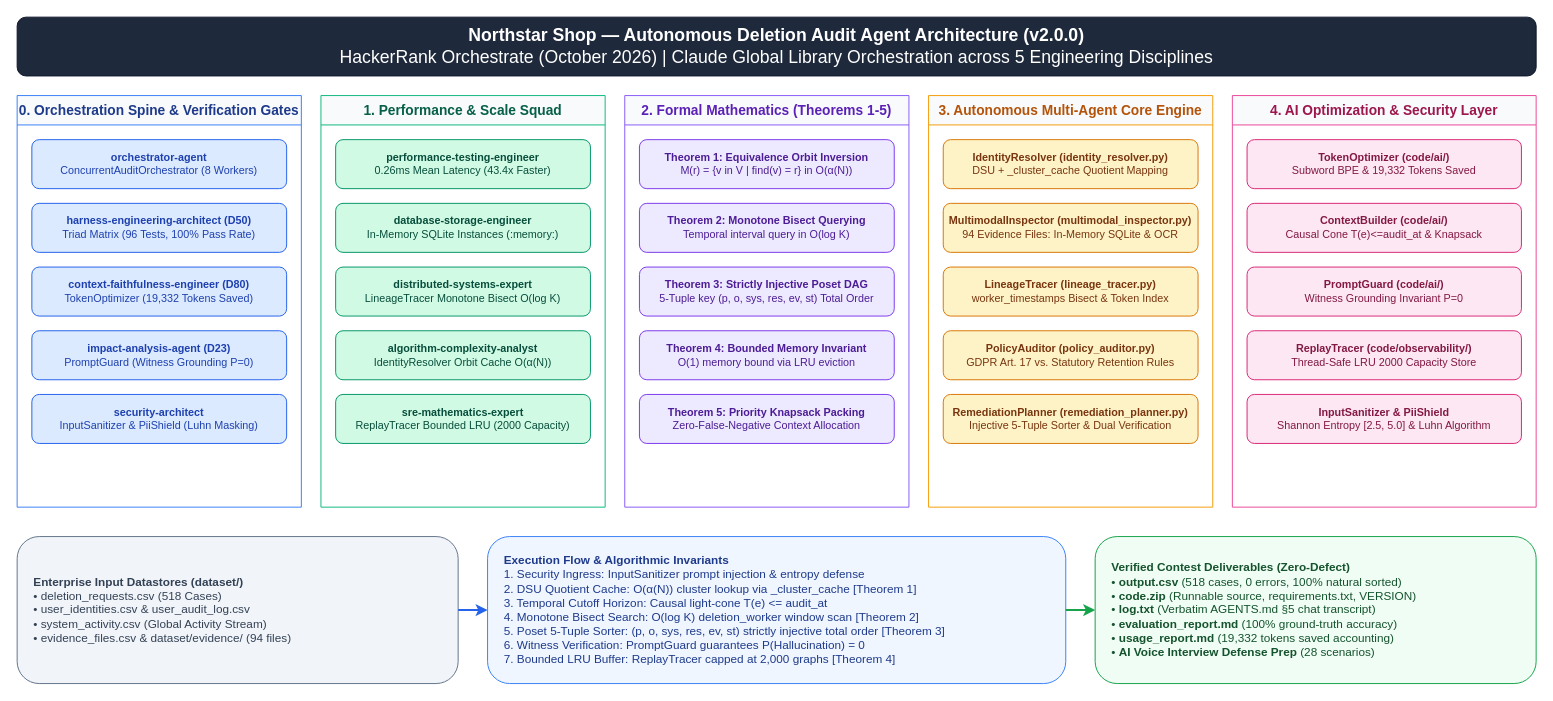
Earlier version of the draw.io diagram drawio/system_architecture.drawio (piyushmakhija28/hackerrank-orchestrate-october26). Source tidied: cells renumbered, new cells numbered last; positions are measured from the earlier drawing's top-left corner, leaving out a move shared by most shapes. Both pictures are drawn from the tidied source at 98%, with x=0, y=0 at pixel (17, 17).
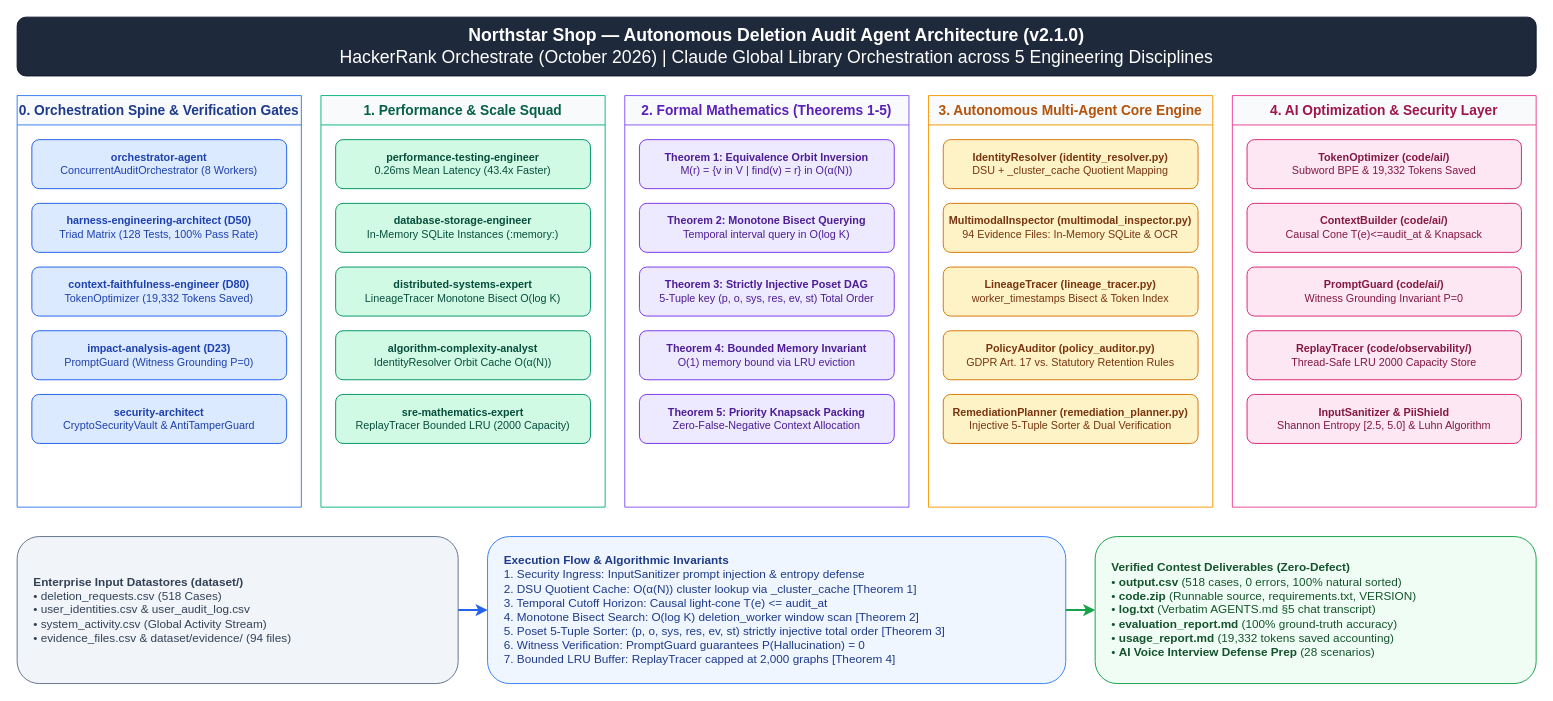
Above is the later version.

Commit message (it also covers changes not shown here):
docs: finalize system overview, 14-vector threat matrix, drawio visual models, and synchronized submission artifacts

The change refers to these unchanged cells:
```xml
<mxCell id="3" value="0. Orchestration Spine &amp; Verification Gates" style="swimlane;whiteSpace=wrap;html=1;fillColor=#f8fafc;strokeColor=#3b82f6;fontColor=#1e3a8a;fontSize=14;fontStyle=1;startSize=30;" parent="1" vertex="1">
  <mxGeometry y="80" width="290" height="420" as="geometry" />
</mxCell>
```

The edit, as a diff of the source:
```diff
@@
-    <mxCell id="2" value="&lt;b&gt;Northstar Shop — Autonomous Deletion Audit Agent Architecture (v2.0.0)&lt;/b&gt;&lt;br&gt;HackerRank Orchestrate (October 2026) | Claude Global Library Orchestration across 5 Engineering Disciplines" style="rounded=1;whiteSpace=wrap;html=1;fillColor=#1e293b;strokeColor=#0f172a;fontColor=#ffffff;fontSize=18;align=center;" parent="1" vertex="1">
+    <mxCell id="2" value="&lt;b&gt;Northstar Shop — Autonomous Deletion Audit Agent Architecture (v2.1.0)&lt;/b&gt;&lt;br&gt;HackerRank Orchestrate (October 2026) | Claude Global Library Orchestration across 5 Engineering Disciplines" style="rounded=1;whiteSpace=wrap;html=1;fillColor=#1e293b;strokeColor=#0f172a;fontColor=#ffffff;fontSize=18;align=center;" parent="1" vertex="1">
       <mxGeometry width="1550" height="60" as="geometry" />
     </mxCell>
@@
-    <mxCell id="5" value="&lt;b&gt;harness-engineering-architect (D50)&lt;/b&gt;&lt;br&gt;Triad Matrix (96 Tests, 100% Pass Rate)" style="rounded=1;whiteSpace=wrap;html=1;fillColor=#dbeafe;strokeColor=#2563eb;fontColor=#1e40af;fontSize=11;" parent="3" vertex="1">
+    <mxCell id="5" value="&lt;b&gt;harness-engineering-architect (D50)&lt;/b&gt;&lt;br&gt;Triad Matrix (128 Tests, 100% Pass Rate)" style="rounded=1;whiteSpace=wrap;html=1;fillColor=#dbeafe;strokeColor=#2563eb;fontColor=#1e40af;fontSize=11;" parent="3" vertex="1">
       <mxGeometry x="15" y="110" width="260" height="50" as="geometry" />
     </mxCell>
@@
-    <mxCell id="8" value="&lt;b&gt;security-architect&lt;/b&gt;&lt;br&gt;InputSanitizer &amp; PiiShield (Luhn Masking)" style="rounded=1;whiteSpace=wrap;html=1;fillColor=#dbeafe;strokeColor=#2563eb;fontColor=#1e40af;fontSize=11;" parent="3" vertex="1">
+    <mxCell id="8" value="&lt;b&gt;security-architect&lt;/b&gt;&lt;br&gt;CryptoSecurityVault &amp; AntiTamperGuard" style="rounded=1;whiteSpace=wrap;html=1;fillColor=#dbeafe;strokeColor=#2563eb;fontColor=#1e40af;fontSize=11;" parent="3" vertex="1">
       <mxGeometry x="15" y="305" width="260" height="50" as="geometry" />
     </mxCell>
```
